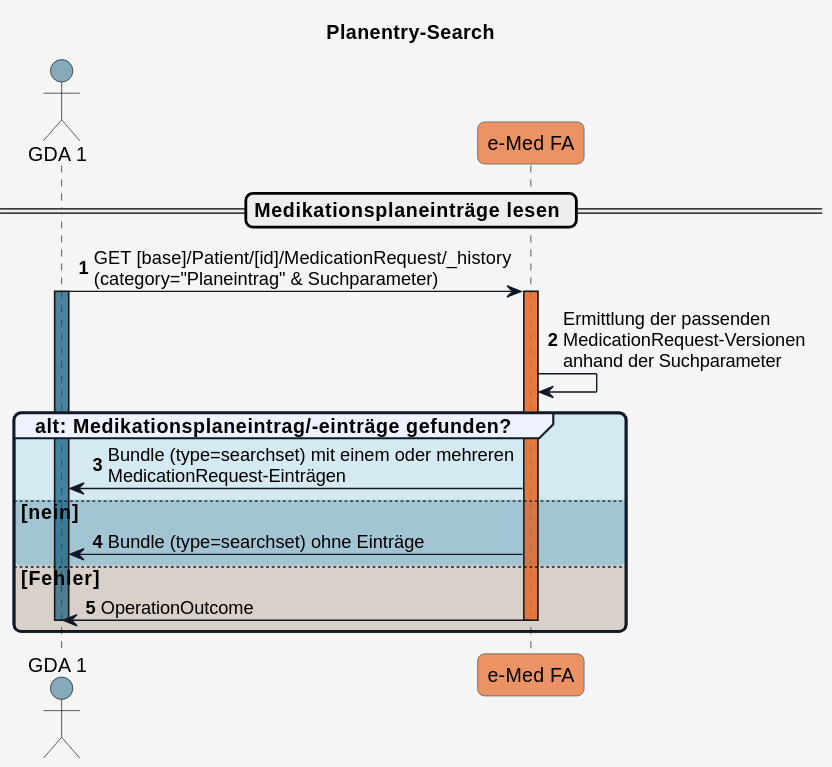
This is r4-ELGA-e-Medikation-main/plantuml/UC_eMed_01_04.svg from HL7Austria/hl7austria.github.io, a PlantUML export, as it was before one commit.
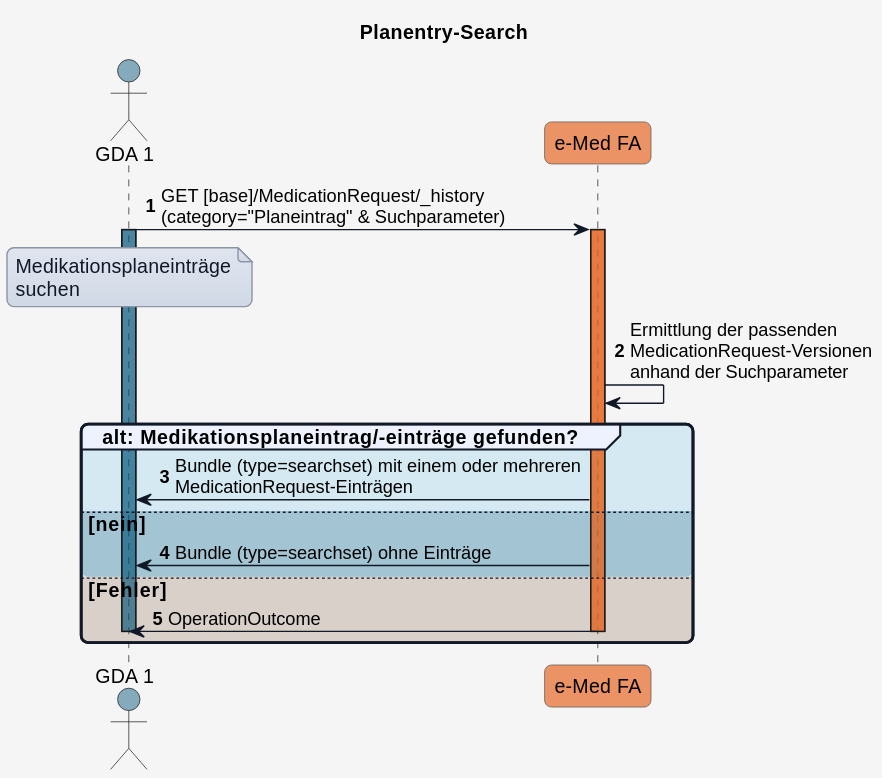
Later version of the same file.

The edit, as a diff of the source:
```diff
@@ -51,10 +51,13 @@
 
 autonumber
 
-== Medikationsplaneinträge lesen ==
+GDA_1 -> eMed_FA: GET [base]/MedicationRequest/_history\n(category="Planeintrag" & Suchparameter)
+activate GDA_1 COLOR_GDA_1
 
-GDA_1 -> eMed_FA: GET [base]/Patient/[id]/MedicationRequest/_history\n(category="Planeintrag" & Suchparameter)
-activate GDA_1 COLOR_GDA_1
+note over GDA_1
+Medikationsplaneinträge
+suchen
+end note
 
 activate eMed_FA COLOR_EMED_FA
 eMed_FA -> eMed_FA: Ermittlung der passenden\nMedicationRequest-Versionen\nanhand der Suchparameter
```
